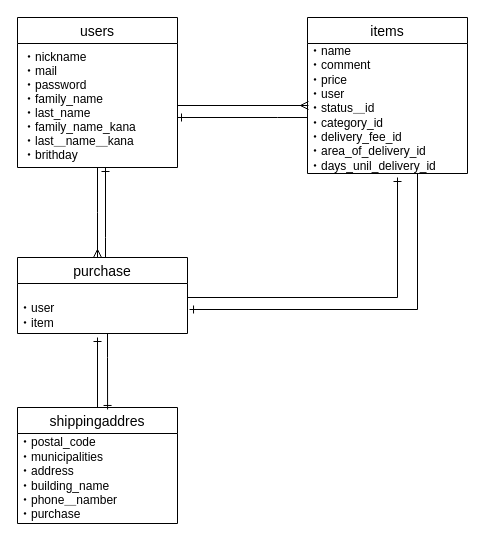
This is .dio from Fujinodaiki/furima-29225, a draw.io file, before an edit. Source tidied: cells renumbered, new cells numbered last; positions are measured from the earlier drawing's top-left corner, leaving out a move shared by most shapes. Both pictures are drawn from the tidied source at 100%, with x=0, y=0 at pixel (17, 17).
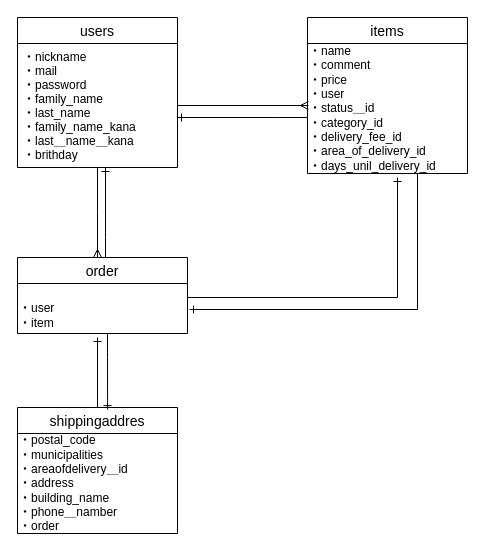
Above is the later version.

What changed in the source:
```diff
@@
-    <mxCell id="8" value="purchase" style="swimlane;fontStyle=0;horizontal=1;startSize=26;align=center;fontSize=14;" parent="1" vertex="1">
+    <mxCell id="8" value="order" style="swimlane;fontStyle=0;horizontal=1;startSize=26;align=center;fontSize=14;" parent="1" vertex="1">
       <mxGeometry y="240" width="170" height="76" as="geometry" />
     </mxCell>
@@
     <mxCell id="11" value="shippingaddres" style="swimlane;fontStyle=0;horizontal=1;startSize=26;align=center;fontSize=14;" parent="1" vertex="1">
-      <mxGeometry y="390" width="160" height="116" as="geometry" />
+      <mxGeometry y="390" width="160" height="126" as="geometry" />
     </mxCell>
-    <mxCell id="12" value="・postal_code&lt;br&gt;・municipalities&lt;br&gt;・address&lt;br&gt;・building_name&lt;br&gt;・phone＿namber&lt;br&gt;・purchase" style="text;html=1;align=left;verticalAlign=middle;" parent="11" vertex="1">
-      <mxGeometry y="26" width="160" height="90" as="geometry" />
+    <mxCell id="12" value="・postal_code&lt;br&gt;・municipalities&lt;br&gt;・areaofdelivery＿id&lt;br&gt;・address&lt;br&gt;・building_name&lt;br&gt;・phone＿namber&lt;br&gt;・order" style="text;html=1;align=left;verticalAlign=middle;" parent="11" vertex="1">
+      <mxGeometry y="26" width="160" height="100" as="geometry" />
     </mxCell>
```
